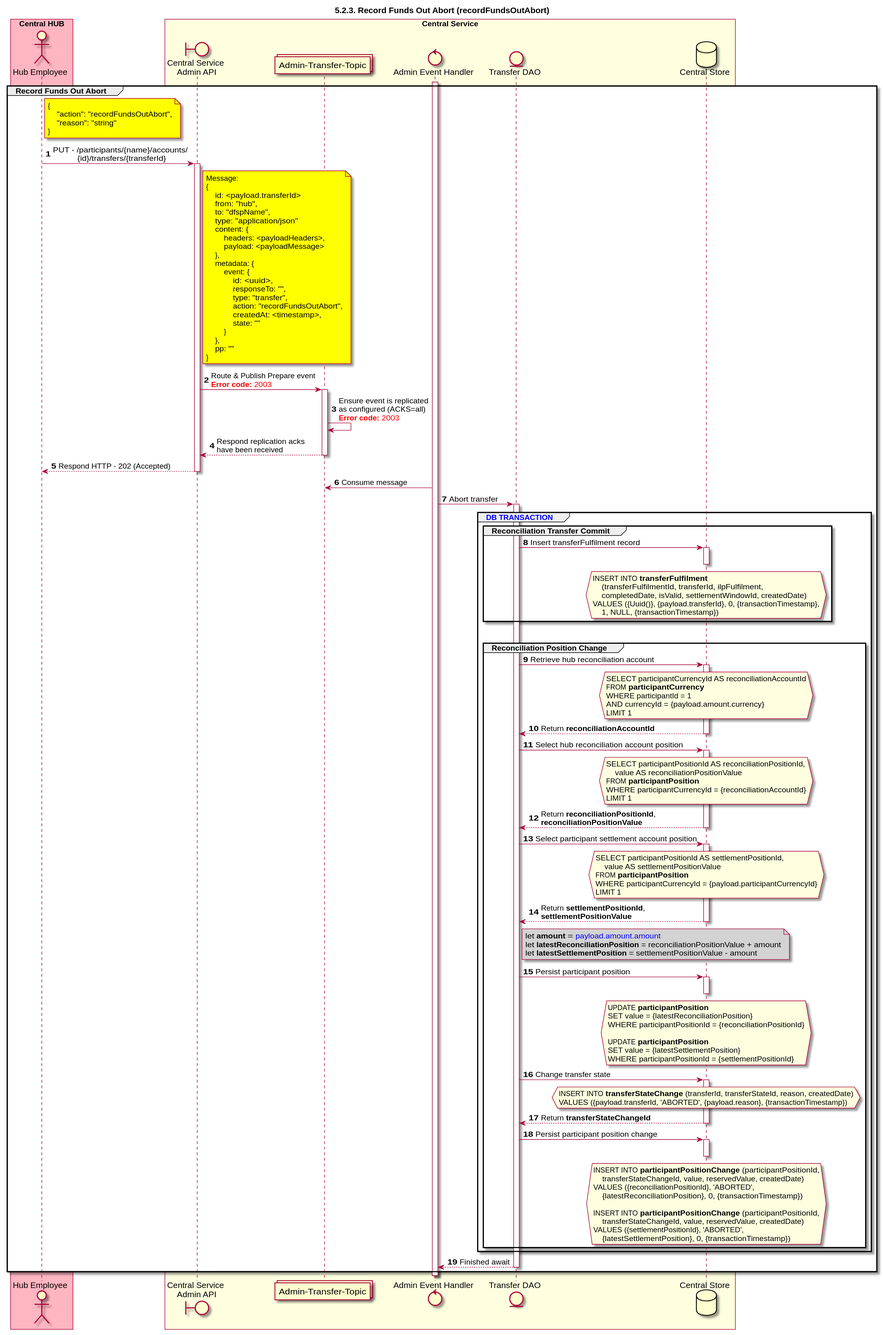
ggrg/docs keeps this PlantUML diagram as Diagrams/SequenceDiagrams/seq-recfunds-5.2.3-out-abort.svg. Above is the earlier version.
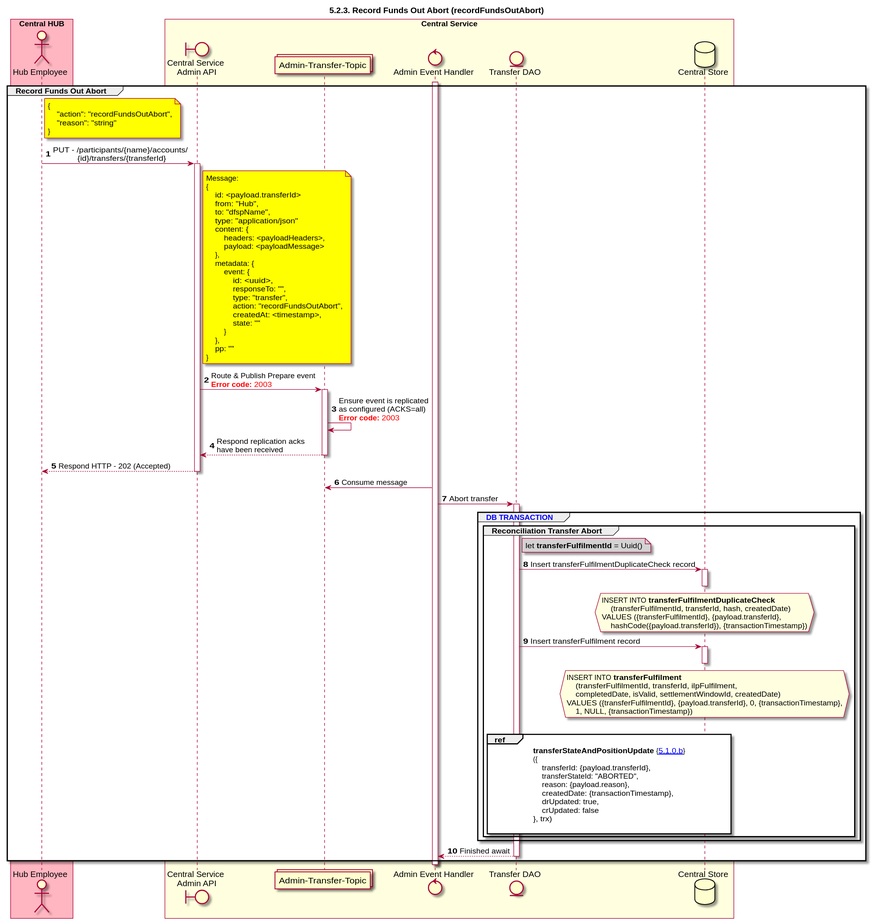
Later version of the same file.

Commit message:
Feature/536 Sequence diagrams for FundsIn/FundsOut flows (new) (#99)

What changed in the source:
```diff
@@ -38,7 +38,7 @@
         Message:
         {
             id: <payload.transferId>
-            from: "hub",
+            from: "Hub",
             to: "dfspName",
             type: "application/json"
             content: {
@@ -70,7 +70,21 @@
     ADMIN_HANDLER -> TRANSFER_DAO: Abort transfer
     activate TRANSFER_DAO
     group <color #blue>DB TRANSACTION</color>
-        group Reconciliation Transfer Commit
+        group Reconciliation Transfer Abort
+            note right of TRANSFER_DAO #lightgray
+                let **transferFulfilmentId** = Uuid()
+            end note
+
+            TRANSFER_DAO -> DB: Insert transferFulfilmentDuplicateCheck record
+            activate DB
+            deactivate DB
+            hnote over DB #lightyellow
+                INSERT INTO **transferFulfilmentDuplicateCheck**
+                    (transferFulfilmentId, transferId, hash, createdDate)
+                VALUES ({transferFulfilmentId}, {payload.transferId},
+                    hashCode({payload.transferId}), {transactionTimestamp})
+            end hnote
+
             TRANSFER_DAO -> DB: Insert transferFulfilment record
             activate DB
             deactivate DB
@@ -78,90 +92,11 @@
                 INSERT INTO **transferFulfilment**
                     (transferFulfilmentId, transferId, ilpFulfilment,
                     completedDate, isValid, settlementWindowId, createdDate)
-                VALUES ({Uuid()}, {payload.transferId}, 0, {transactionTimestamp},
+                VALUES ({transferFulfilmentId}, {payload.transferId}, 0, {transactionTimestamp},
                     1, NULL, {transactionTimestamp})
             end hnote
-        end
-        |||
-        group Reconciliation Position Change
-            TRANSFER_DAO -> DB: Retrieve hub reconciliation account
-            activate DB
-            hnote over DB #lightyellow
-                SELECT participantCurrencyId AS reconciliationAccountId
-                FROM **participantCurrency**
-                WHERE participantId = 1
-                AND currencyId = {payload.amount.currency}
-                LIMIT 1
-            end hnote
-            TRANSFER_DAO <-- DB: Return **reconciliationAccountId**
-            deactivate DB
-
-            TRANSFER_DAO -> DB: Select hub reconciliation account position
-            activate DB
-            hnote over DB #lightyellow
-                SELECT participantPositionId AS reconciliationPositionId,
-                    value AS reconciliationPositionValue
-                FROM **participantPosition**
-                WHERE participantCurrencyId = {reconciliationAccountId}
-                LIMIT 1
-            end hnote
-            TRANSFER_DAO <-- DB: Return **reconciliationPositionId**,\n**reconciliationPositionValue**
-            deactivate DB
-
-            TRANSFER_DAO -> DB: Select participant settlement account position
-            activate DB
-            hnote over DB #lightyellow
-                SELECT participantPositionId AS settlementPositionId,
-                    value AS settlementPositionValue
-                FROM **participantPosition**
-                WHERE participantCurrencyId = {payload.participantCurrencyId}
-                LIMIT 1
-            end hnote
-            TRANSFER_DAO <-- DB: Return **settlementPositionId**,\n**settlementPositionValue**
-            deactivate DB
-
-            note right of TRANSFER_DAO #lightgray
-                let **amount** = <color #blue>payload.amount.amount</color>
-                let **latestReconciliationPosition** = reconciliationPositionValue + amount
-                let **latestSettlementPosition** = settlementPositionValue - amount
-            end note
-
-            TRANSFER_DAO -> DB: Persist participant position
-            activate DB
-            deactivate DB
-            hnote over DB #lightyellow
-                UPDATE **participantPosition**
-                SET value = {latestReconciliationPosition}
-                WHERE participantPositionId = {reconciliationPositionId}
-
-                UPDATE **participantPosition**
-                SET value = {latestSettlementPosition}
-                WHERE participantPositionId = {settlementPositionId}
-            end hnote
-
-            TRANSFER_DAO -> DB: Change transfer state
-            activate DB
-            hnote over DB #lightyellow
-                INSERT INTO **transferStateChange** (transferId, transferStateId, reason, createdDate)
-                VALUES ({payload.transferId, 'ABORTED', {payload.reason}, {transactionTimestamp})
-            end hnote
-            TRANSFER_DAO <-- DB: Return **transferStateChangeId**
-            deactivate DB
-
-            TRANSFER_DAO -> DB: Persist participant position change
-            activate DB
-            deactivate DB
-            hnote over DB #lightyellow
-                INSERT INTO **participantPositionChange** (participantPositionId,
-                    transferStateChangeId, value, reservedValue, createdDate)
-                VALUES ({reconciliationPositionId}, 'ABORTED',
-                    {latestReconciliationPosition}, 0, {transactionTimestamp})
-
-                INSERT INTO **participantPositionChange** (participantPositionId,
-                    transferStateChangeId, value, reservedValue, createdDate)
-                VALUES ({settlementPositionId}, 'ABORTED',
-                    {latestSettlementPosition}, 0, {transactionTimestamp})
-            end hnote
+            |||
+            ref over TRANSFER_DAO, DB:**transferStateAndPositionUpdate** {[[https://github.com/mojaloop/docs/blob/develop/Diagrams/SequenceDiagrams/seq-recfunds-5.1.0.b-transferStateAndPositionUpdate.svg 5.1.0.b]]} \n({\n    transferId: {payload.transferId},\n    transferStateId: "ABORTED",\n    reason: {payload.reason},\n    createdDate: {transactionTimestamp},\n    drUpdated: true,\n    crUpdated: false\n}, trx)\n
         end
     end
     ADMIN_HANDLER <-- TRANSFER_DAO: Finished await
```
